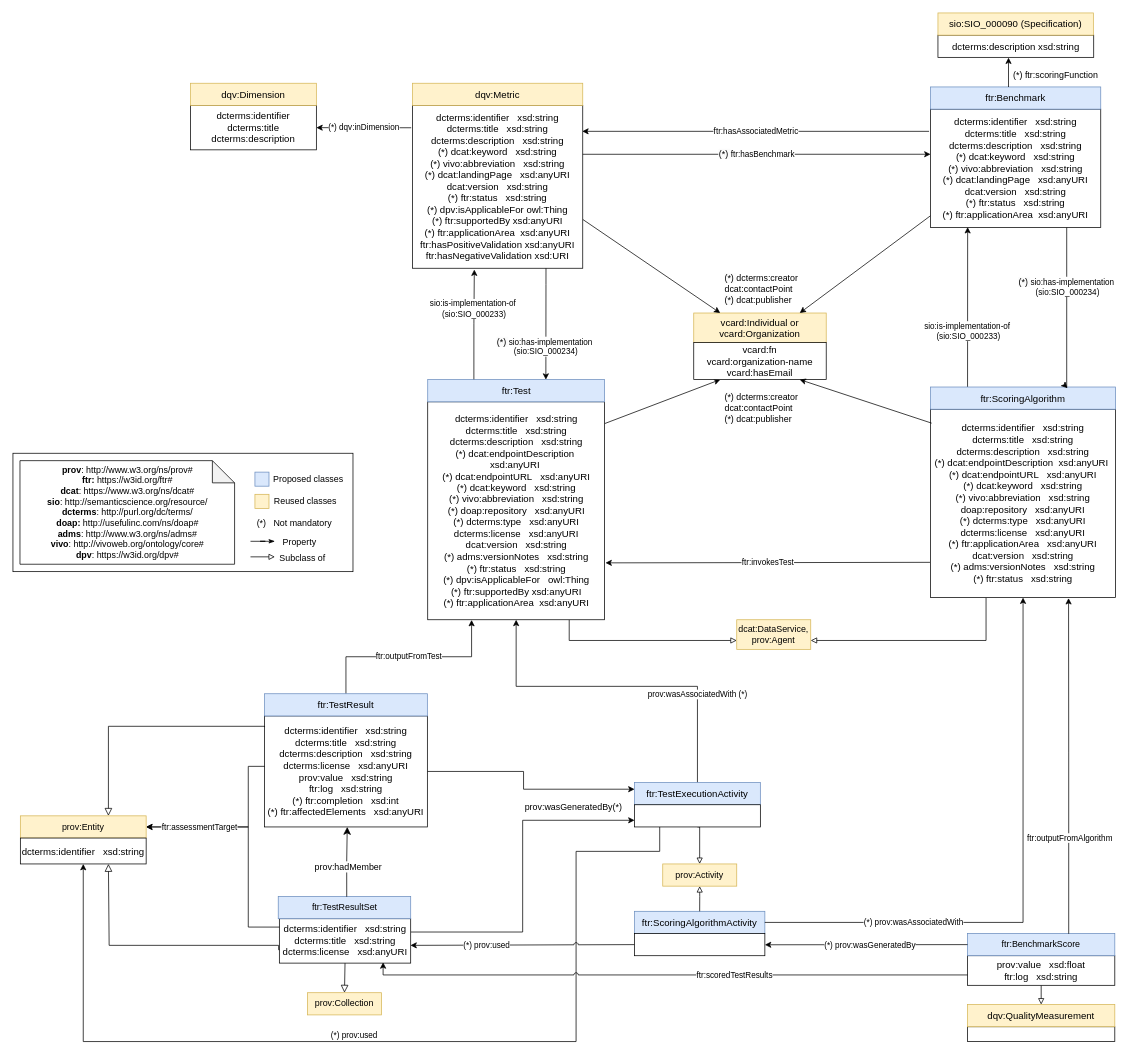
Before: development/img/FAIRTestResult_diagram_v12.drawio in OSTrails/FAIR_assessment_output_specification, a draw.io diagram. Source tidied: cells renumbered, new cells numbered last; positions are measured from the earlier drawing's top-left corner, leaving out a move shared by most shapes. Both pictures are drawn from the tidied source at 74%, with x=0, y=0 at pixel (13, 13).
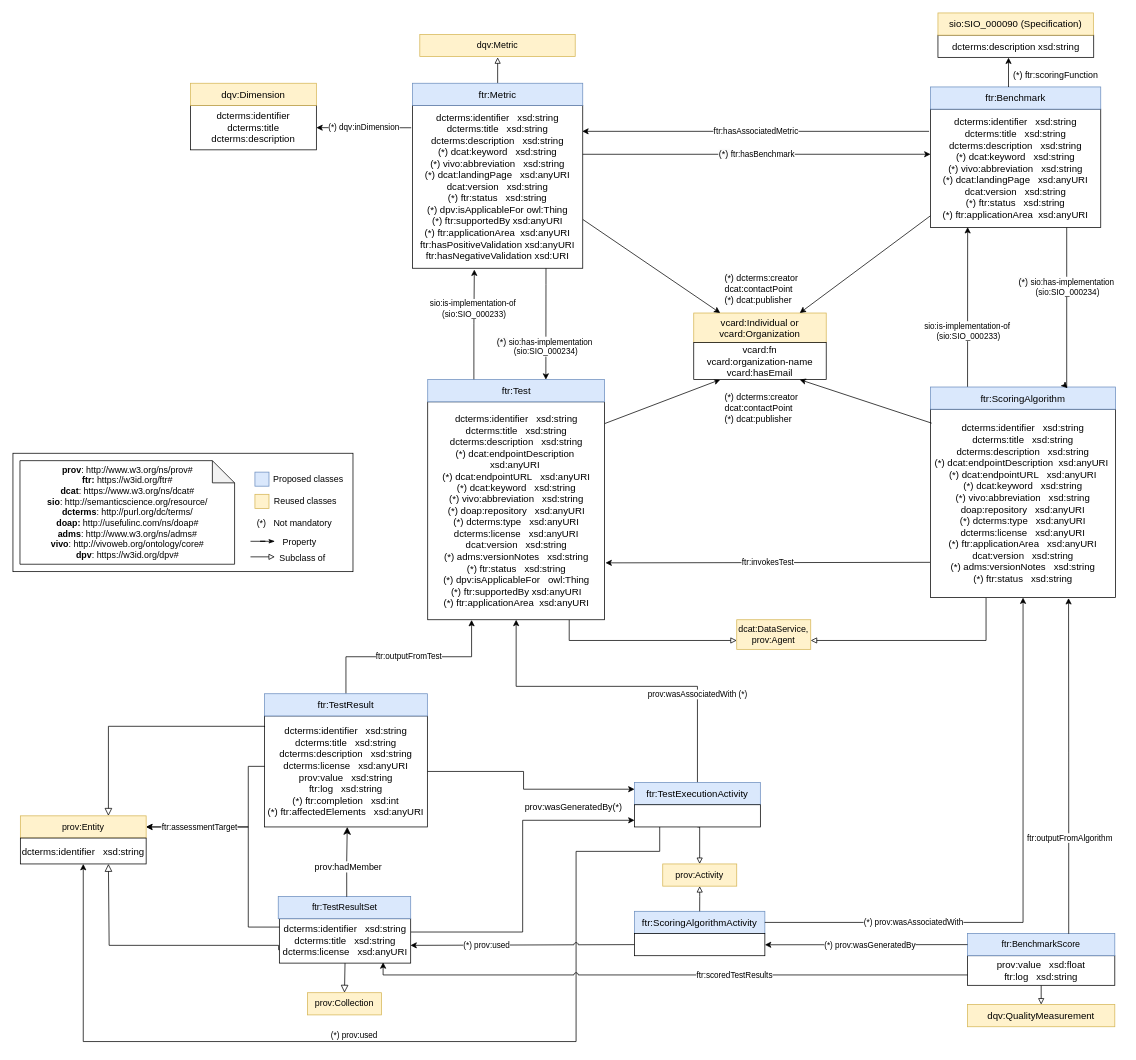
The same diagram, later.

Change to the diagram source:
```diff
@@
+    <mxCell id="91" style="edgeStyle=orthogonalEdgeStyle;rounded=0;jettySize=auto;html=1;exitX=0.5;exitY=0;exitDx=0;exitDy=0;entryX=0.5;entryY=1;entryDx=0;entryDy=0;endArrow=block;endFill=0;" parent="1" edge="1" source="35">
+      <mxGeometry relative="1" as="geometry">
+        <mxPoint x="655" y="60" as="targetPoint" />
+      </mxGeometry>
+    </mxCell>
-    <mxCell id="35" value="&lt;font style=&quot;font-size: 13px;&quot;&gt;dqv:Metric&lt;/font&gt;" style="rounded=0;whiteSpace=wrap;html=1;snapToPoint=1;points=[[0.1,0],[0.2,0],[0.3,0],[0.4,0],[0.5,0],[0.6,0],[0.7,0],[0.8,0],[0.9,0],[0,0.1],[0,0.3],[0,0.5],[0,0.7],[0,0.9],[0.1,1],[0.2,1],[0.3,1],[0.4,1],[0.5,1],[0.6,1],[0.7,1],[0.8,1],[0.9,1],[1,0.1],[1,0.3],[1,0.5],[1,0.7],[1,0.9]];fillColor=#fff2cc;strokeColor=#d6b656;" parent="1" vertex="1">
+    <mxCell id="35" value="&lt;font style=&quot;font-size: 13px;&quot;&gt;ftr:Metric&lt;/font&gt;" style="rounded=0;whiteSpace=wrap;html=1;snapToPoint=1;points=[[0.1,0],[0.2,0],[0.3,0],[0.4,0],[0.5,0],[0.6,0],[0.7,0],[0.8,0],[0.9,0],[0,0.1],[0,0.3],[0,0.5],[0,0.7],[0,0.9],[0.1,1],[0.2,1],[0.3,1],[0.4,1],[0.5,1],[0.6,1],[0.7,1],[0.8,1],[0.9,1],[1,0.1],[1,0.3],[1,0.5],[1,0.7],[1,0.9]];fillColor=#dae8fc;strokeColor=#6c8ebf;" parent="1" vertex="1">
       <mxGeometry x="540" y="95" width="230" height="30" as="geometry" />
     </mxCell>
@@
-    <mxCell id="87" style="rounded=0;whiteSpace=wrap;html=1;" parent="1" vertex="1">
-      <mxGeometry x="1290" y="1370" width="199" height="20" as="geometry" />
-    </mxCell>
@@
+    <mxCell id="92" value="dqv:Metric" style="rounded=0;whiteSpace=wrap;html=1;fillColor=#fff2cc;strokeColor=#d6b656;" parent="1" vertex="1">
+      <mxGeometry x="549.8" y="29" width="210" height="30" as="geometry" />
+    </mxCell>
```
